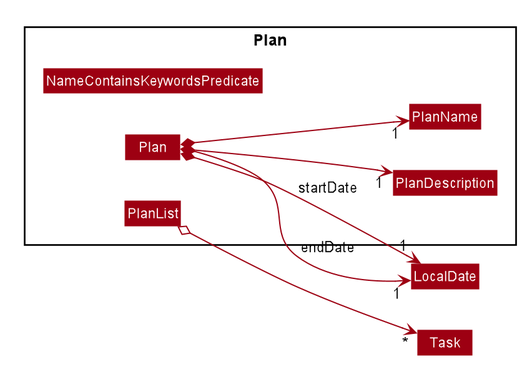
This is docs/images/design/model/PlanPackageDiagram.png from nus-cs2103-AY1920S1/addressbook-level3, a PlantUML export, as it was before one commit. Source of this version:
```plantuml
@startuml








skinparam BackgroundColor #FFFFFFF

skinparam Shadowing false

skinparam Class {
    FontColor #FFFFFF
    BorderThickness 1
    BorderColor #FFFFFF
    StereotypeFontColor #FFFFFF
    FontName Arial
}

skinparam Actor {
    BorderColor #000000
    Color #000000
    FontName Arial
}

skinparam Sequence {
    MessageAlign center
    BoxFontSize 15
    BoxPadding 0
    BoxFontColor #FFFFFF
    FontName Arial
}

skinparam Participant {
    FontColor #FFFFFFF
    Padding 20
}

skinparam MinClassWidth 50
skinparam ParticipantPadding 10
skinparam Shadowing false
skinparam DefaultTextAlignment center
skinparam packageStyle Rectangle

hide footbox
hide members
hide circle
left to right direction
skinparam arrowThickness 1.1
skinparam arrowColor #9D0012
skinparam classBackgroundColor #9D0012

show <<enumeration>> fields

Package Plan {
    Class NameContainsKeywordsPredicate
    Class Plan
    Class PlanDescription
    Class PlanList
    Class PlanName
}

Plan *--> "1" PlanName
Plan *--> "1" PlanDescription
Plan *--> "1" LocalDate : startDate
Plan *--> "1" LocalDate : endDate
PlanList o--> "*" Task

@enduml
```
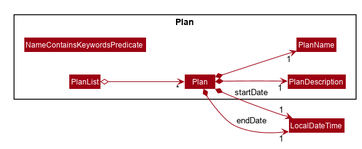
Above is the later version.

What changed in the source:
```diff
@@ -64,8 +64,8 @@
 
 Plan *--> "1" PlanName
 Plan *--> "1" PlanDescription
-Plan *--> "1" LocalDate : startDate
-Plan *--> "1" LocalDate : endDate
-PlanList o--> "*" Task
+Plan *--> "1" LocalDateTime : startDate
+Plan *--> "1" LocalDateTime : endDate
+PlanList o--> "*" Plan
 
 @enduml
```
